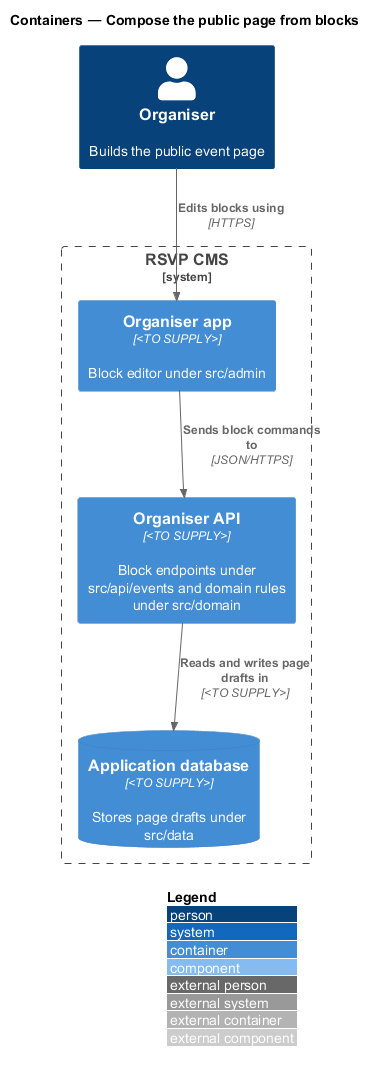
The PlantUML diagram docs/detailed-designs/event-page/compose-page-blocks/diagrams/c4-container.png in QuinntyneBrown/rsvp-cms, before a commit. The source it was exported from:
```plantuml
@startuml
!include <C4/C4_Component>
LAYOUT_WITH_LEGEND()
title Containers — Compose the public page from blocks

Person(organiser, "Organiser", "Builds the public event page")
System_Boundary(cms, "RSVP CMS") {
  Container(admin, "Organiser app", "<TO SUPPLY>", "Block editor under src/admin")
  Container(api, "Organiser API", "<TO SUPPLY>", "Block endpoints under src/api/events and domain rules under src/domain")
  ContainerDb(db, "Application database", "<TO SUPPLY>", "Stores page drafts under src/data")
}

Rel(organiser, admin, "Edits blocks using", "HTTPS")
Rel(admin, api, "Sends block commands to", "JSON/HTTPS")
Rel(api, db, "Reads and writes page drafts in", "<TO SUPPLY>")
@enduml
```
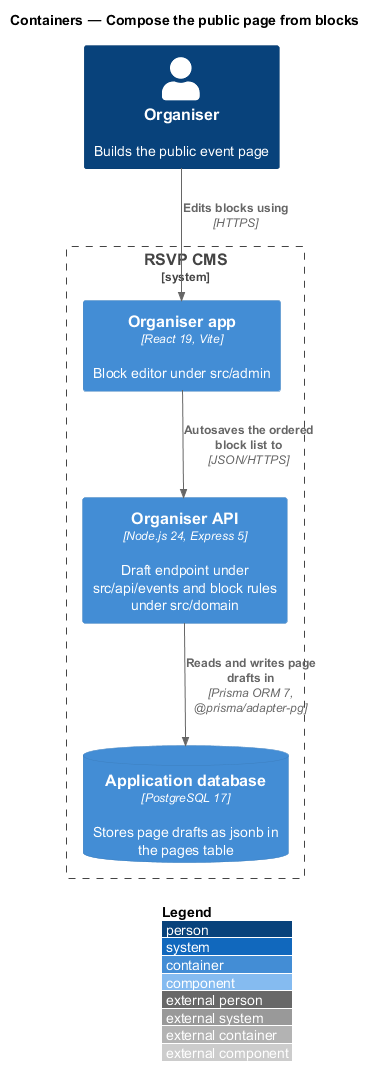
Above is the later version.

Diff of the diagram source:
```diff
@@ -5,12 +5,12 @@
 
 Person(organiser, "Organiser", "Builds the public event page")
 System_Boundary(cms, "RSVP CMS") {
-  Container(admin, "Organiser app", "<TO SUPPLY>", "Block editor under src/admin")
-  Container(api, "Organiser API", "<TO SUPPLY>", "Block endpoints under src/api/events and domain rules under src/domain")
-  ContainerDb(db, "Application database", "<TO SUPPLY>", "Stores page drafts under src/data")
+  Container(admin, "Organiser app", "React 19, Vite", "Block editor under src/admin")
+  Container(api, "Organiser API", "Node.js 24, Express 5", "Draft endpoint under src/api/events and block rules under src/domain")
+  ContainerDb(db, "Application database", "PostgreSQL 17", "Stores page drafts as jsonb in the pages table")
 }
 
 Rel(organiser, admin, "Edits blocks using", "HTTPS")
-Rel(admin, api, "Sends block commands to", "JSON/HTTPS")
-Rel(api, db, "Reads and writes page drafts in", "<TO SUPPLY>")
+Rel(admin, api, "Autosaves the ordered block list to", "JSON/HTTPS")
+Rel(api, db, "Reads and writes page drafts in", "Prisma ORM 7, @prisma/adapter-pg")
 @enduml
```
